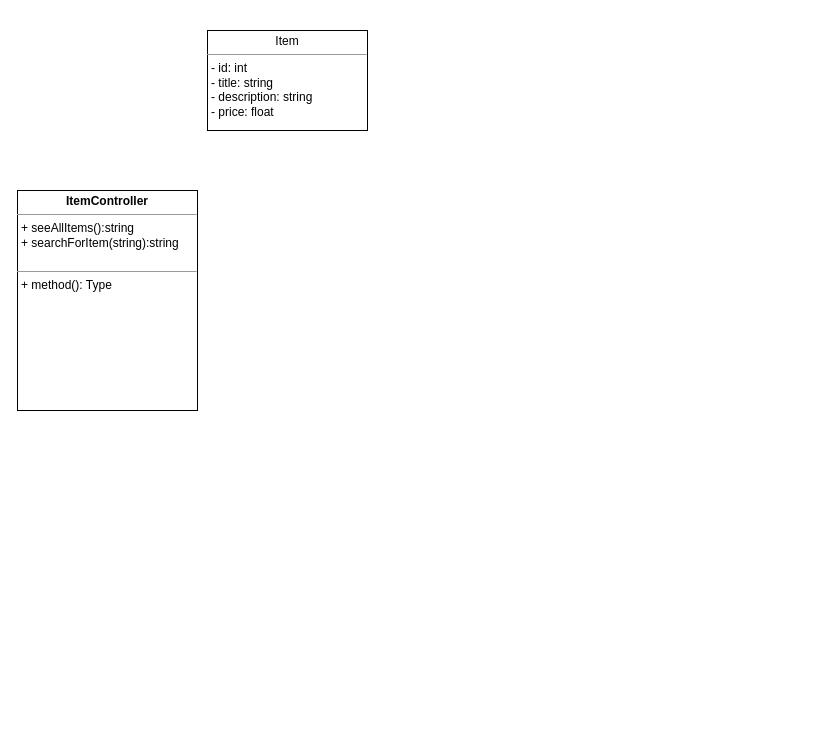
Earlier version of the draw.io diagram e-commerce.drawio (dvanriette/bookService). Source tidied: cells renumbered, new cells numbered last; positions are measured from the earlier drawing's top-left corner, leaving out a move shared by most shapes. Both pictures are drawn from the tidied source at 100%, with x=0, y=0 at pixel (17, 30).
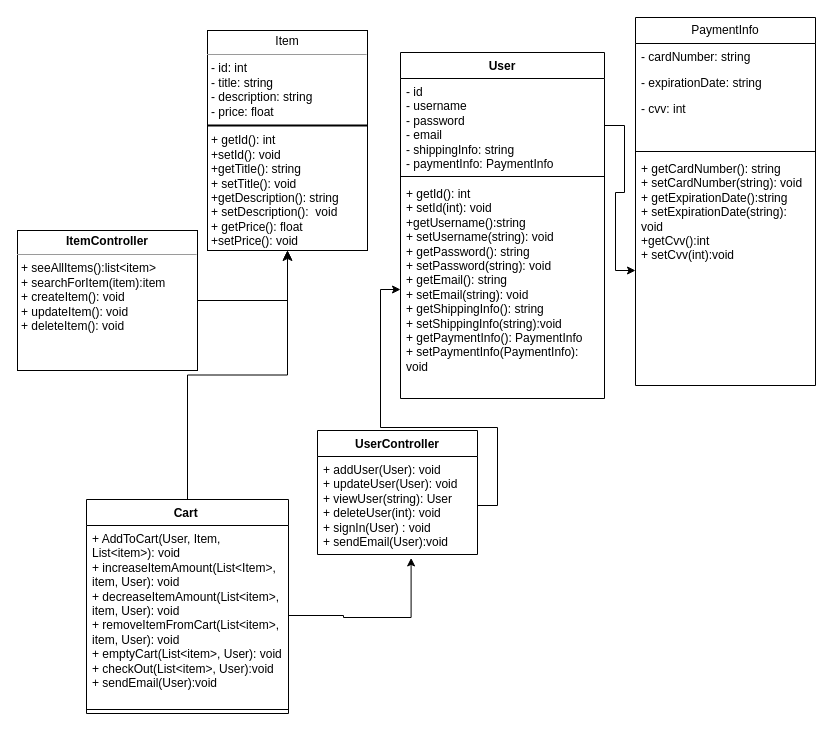
After the change.

Change to the diagram source:
```diff
@@
-    <mxCell id="2" value="&lt;p style=&quot;margin:0px;margin-top:4px;text-align:center;&quot;&gt;Item&lt;/p&gt;&lt;hr size=&quot;1&quot;&gt;&lt;p style=&quot;margin:0px;margin-left:4px;&quot;&gt;- id: int&lt;/p&gt;&lt;p style=&quot;margin:0px;margin-left:4px;&quot;&gt;- title: string&lt;/p&gt;&lt;p style=&quot;margin:0px;margin-left:4px;&quot;&gt;- description: string&lt;/p&gt;&lt;p style=&quot;margin:0px;margin-left:4px;&quot;&gt;- price: float&lt;/p&gt;" style="verticalAlign=top;align=left;overflow=fill;fontSize=12;fontFamily=Helvetica;html=1;whiteSpace=wrap;" parent="1" vertex="1">
-      <mxGeometry x="190" width="160" height="100" as="geometry" />
+    <mxCell id="2" value="&lt;p style=&quot;margin:0px;margin-top:4px;text-align:center;&quot;&gt;Item&lt;/p&gt;&lt;hr size=&quot;1&quot;&gt;&lt;p style=&quot;margin:0px;margin-left:4px;&quot;&gt;- id: int&lt;/p&gt;&lt;p style=&quot;margin:0px;margin-left:4px;&quot;&gt;- title: string&lt;/p&gt;&lt;p style=&quot;margin:0px;margin-left:4px;&quot;&gt;- description: string&lt;/p&gt;&lt;p style=&quot;margin:0px;margin-left:4px;&quot;&gt;- price: float&lt;/p&gt;&lt;p style=&quot;margin:0px;margin-left:4px;&quot;&gt;&lt;br&gt;&lt;/p&gt;&lt;p style=&quot;margin:0px;margin-left:4px;&quot;&gt;+ getId(): int&lt;/p&gt;&lt;p style=&quot;margin:0px;margin-left:4px;&quot;&gt;+setId(): void&lt;/p&gt;&lt;p style=&quot;margin:0px;margin-left:4px;&quot;&gt;+getTitle(): string&lt;/p&gt;&lt;p style=&quot;margin:0px;margin-left:4px;&quot;&gt;+ setTitle(): void&lt;/p&gt;&lt;p style=&quot;margin:0px;margin-left:4px;&quot;&gt;+getDescription(): string&lt;/p&gt;&lt;p style=&quot;margin:0px;margin-left:4px;&quot;&gt;+ setDescription():&amp;nbsp; void&lt;/p&gt;&lt;p style=&quot;margin:0px;margin-left:4px;&quot;&gt;+ getPrice(): float&lt;/p&gt;&lt;p style=&quot;margin:0px;margin-left:4px;&quot;&gt;+setPrice(): void&lt;/p&gt;&lt;p style=&quot;margin:0px;margin-left:4px;&quot;&gt;&lt;br&gt;&lt;/p&gt;" style="verticalAlign=top;align=left;overflow=fill;fontSize=12;fontFamily=Helvetica;html=1;whiteSpace=wrap;" parent="1" vertex="1">
+      <mxGeometry x="190" width="160" height="220" as="geometry" />
     </mxCell>
-    <mxCell id="3" value="&lt;p style=&quot;margin:0px;margin-top:4px;text-align:center;&quot;&gt;&lt;b&gt;ItemController&lt;/b&gt;&lt;/p&gt;&lt;hr size=&quot;1&quot;&gt;&lt;p style=&quot;margin:0px;margin-left:4px;&quot;&gt;+ seeAllItems():string&lt;/p&gt;&lt;p style=&quot;margin:0px;margin-left:4px;&quot;&gt;+ searchForItem(string):string&lt;/p&gt;&lt;p style=&quot;margin:0px;margin-left:4px;&quot;&gt;&lt;br&gt;&lt;/p&gt;&lt;hr size=&quot;1&quot;&gt;&lt;p style=&quot;margin:0px;margin-left:4px;&quot;&gt;+ method(): Type&lt;/p&gt;" style="verticalAlign=top;align=left;overflow=fill;fontSize=12;fontFamily=Helvetica;html=1;whiteSpace=wrap;" parent="1" vertex="1">
-      <mxGeometry y="160" width="180" height="220" as="geometry" />
+    <mxCell id="3" value="&lt;p style=&quot;margin:0px;margin-top:4px;text-align:center;&quot;&gt;&lt;b&gt;ItemController&lt;/b&gt;&lt;/p&gt;&lt;hr size=&quot;1&quot;&gt;&lt;p style=&quot;margin:0px;margin-left:4px;&quot;&gt;+ seeAllItems():list&amp;lt;item&amp;gt;&lt;/p&gt;&lt;p style=&quot;margin:0px;margin-left:4px;&quot;&gt;+ searchForItem(item):item&lt;/p&gt;&lt;p style=&quot;margin:0px;margin-left:4px;&quot;&gt;+ createItem(): void&lt;/p&gt;&lt;p style=&quot;margin:0px;margin-left:4px;&quot;&gt;+ updateItem(): void&lt;/p&gt;&lt;p style=&quot;margin:0px;margin-left:4px;&quot;&gt;+ deleteItem(): void&lt;/p&gt;&lt;p style=&quot;margin:0px;margin-left:4px;&quot;&gt;&lt;br&gt;&lt;/p&gt;" style="verticalAlign=top;align=left;overflow=fill;fontSize=12;fontFamily=Helvetica;html=1;whiteSpace=wrap;" parent="1" vertex="1">
+      <mxGeometry y="200" width="180" height="140" as="geometry" />
     </mxCell>
+    <mxCell id="4" style="edgeStyle=segmentEdgeStyle;endArrow=classic;html=1;curved=0;rounded=0;endSize=8;startSize=8;exitX=1;exitY=0.5;exitDx=0;exitDy=0;entryX=0.5;entryY=1;entryDx=0;entryDy=0;" parent="1" edge="1" source="3" target="2">
+      <mxGeometry relative="1" as="geometry" />
+    </mxCell>
+    <mxCell id="5" style="line;strokeWidth=2;html=1;" parent="1" vertex="1">
+      <mxGeometry x="190" y="90" width="160" height="10" as="geometry" />
+    </mxCell>
+    <mxCell id="6" value="UserController" style="swimlane;fontStyle=1;align=center;verticalAlign=top;horizontal=1;startSize=26;whiteSpace=wrap;html=1;" parent="1" vertex="1">
+      <mxGeometry x="300" y="400" width="160" height="124" as="geometry" />
+    </mxCell>
+    <mxCell id="7" value="+ addUser(User): void&lt;div&gt;+ updateUser&lt;span style=&quot;background-color: initial; color: rgb(0, 0, 0); --darkreader-inline-bgcolor: initial; --darkreader-inline-color: #d3d1ce;&quot;&gt;(User): void&lt;/span&gt;&lt;/div&gt;&lt;div&gt;+ viewUser&lt;span style=&quot;background-color: initial; color: rgb(0, 0, 0); --darkreader-inline-bgcolor: initial; --darkreader-inline-color: #d3d1ce;&quot;&gt;(string): User&lt;/span&gt;&lt;/div&gt;&lt;div&gt;+ deleteUser&lt;span style=&quot;background-color: initial; color: rgb(0, 0, 0); --darkreader-inline-bgcolor: initial; --darkreader-inline-color: #d3d1ce;&quot;&gt;(int): void&lt;/span&gt;&lt;/div&gt;&lt;div&gt;+ signIn(User) : void&lt;/div&gt;&lt;div&gt;+ sendEmail(User):void&lt;/div&gt;" style="text;strokeColor=none;fillColor=none;align=left;verticalAlign=top;spacingLeft=4;spacingRight=4;overflow=hidden;points=[[0,0.5],[1,0.5]];portConstraint=eastwest;whiteSpace=wrap;html=1;" parent="6" vertex="1">
+      <mxGeometry y="26" width="160" height="98" as="geometry" />
+    </mxCell>
+    <mxCell id="8" value="User" style="swimlane;fontStyle=1;align=center;verticalAlign=top;horizontal=1;startSize=26;whiteSpace=wrap;html=1;" parent="1" vertex="1">
+      <mxGeometry x="383" y="22" width="204" height="346" as="geometry" />
+    </mxCell>
+    <mxCell id="9" value="- id&lt;div&gt;- username&lt;/div&gt;&lt;div&gt;- password&lt;/div&gt;&lt;div&gt;- email&lt;/div&gt;&lt;div&gt;- shippingInfo: string&lt;/div&gt;&lt;div&gt;- paymentInfo: PaymentInfo&lt;/div&gt;" style="text;strokeColor=none;fillColor=none;align=left;verticalAlign=top;spacingLeft=4;spacingRight=4;overflow=hidden;points=[[0,0.5],[1,0.5]];portConstraint=eastwest;whiteSpace=wrap;html=1;" parent="8" vertex="1">
+      <mxGeometry y="26" width="204" height="94" as="geometry" />
+    </mxCell>
+    <mxCell id="10" style="line;strokeWidth=1;fillColor=none;align=left;verticalAlign=middle;spacingTop=-1;spacingLeft=3;spacingRight=3;labelPosition=right;strokeColor=inherit;" parent="8" vertex="1">
+      <mxGeometry y="120" width="204" height="8" as="geometry" />
+    </mxCell>
+    <mxCell id="11" value="+ getId(): int&lt;div&gt;+ setId(int): void&lt;/div&gt;&lt;div&gt;+getUsername():string&lt;/div&gt;&lt;div&gt;+ setUsername(string): void&lt;/div&gt;&lt;div&gt;+ getPassword(): string&lt;/div&gt;&lt;div&gt;+ setPassword(string): void&lt;/div&gt;&lt;div&gt;+ getEmail(): string&lt;/div&gt;&lt;div&gt;+ setEmail(string): void&lt;/div&gt;&lt;div&gt;+ getShippingInfo(): string&lt;/div&gt;&lt;div&gt;+ setShippingInfo(string):void&lt;/div&gt;&lt;div&gt;+ getPaymentInfo(): PaymentInfo&lt;/div&gt;&lt;div&gt;+ setPaymentInfo(PaymentInfo): void&lt;/div&gt;" style="text;strokeColor=none;fillColor=none;align=left;verticalAlign=top;spacingLeft=4;spacingRight=4;overflow=hidden;points=[[0,0.5],[1,0.5]];portConstraint=eastwest;whiteSpace=wrap;html=1;" parent="8" vertex="1">
+      <mxGeometry y="128" width="204" height="218" as="geometry" />
+    </mxCell>
+    <mxCell id="12" value="PaymentInfo" style="swimlane;fontStyle=0;horizontal=1;startSize=26;fillColor=none;whiteSpace=wrap;html=1;" parent="1" vertex="1">
+      <mxGeometry x="618" y="-13" width="180" height="368" as="geometry" />
+    </mxCell>
+    <mxCell id="13" value="- cardNumber: string" style="text;strokeColor=none;fillColor=none;align=left;verticalAlign=top;spacingLeft=4;spacingRight=4;overflow=hidden;whiteSpace=wrap;html=1;" parent="12" vertex="1">
+      <mxGeometry y="26" width="180" height="26" as="geometry" />
+    </mxCell>
+    <mxCell id="14" value="- expirationDate: string" style="text;strokeColor=none;fillColor=none;align=left;verticalAlign=top;spacingLeft=4;spacingRight=4;overflow=hidden;whiteSpace=wrap;html=1;" parent="12" vertex="1">
+      <mxGeometry y="52" width="180" height="26" as="geometry" />
+    </mxCell>
+    <mxCell id="15" value="- cvv: int" style="text;strokeColor=none;fillColor=none;align=left;verticalAlign=top;spacingLeft=4;spacingRight=4;overflow=hidden;whiteSpace=wrap;html=1;" parent="12" vertex="1">
+      <mxGeometry y="78" width="180" height="52" as="geometry" />
+    </mxCell>
+    <mxCell id="16" style="line;strokeWidth=1;fillColor=none;align=left;verticalAlign=middle;spacingTop=-1;spacingLeft=3;spacingRight=3;labelPosition=right;strokeColor=inherit;" parent="12" vertex="1">
+      <mxGeometry y="130" width="180" height="8" as="geometry" />
+    </mxCell>
+    <mxCell id="17" value="+ getCardNumber(): string&lt;div&gt;+ setCardNumber(string): void&lt;/div&gt;&lt;div&gt;+ getExpirationDate():string&lt;/div&gt;&lt;div&gt;+ setExpirationDate(string): void&lt;/div&gt;&lt;div&gt;+getCvv():int&lt;/div&gt;&lt;div&gt;+ setCvv(int):void&lt;/div&gt;" style="text;strokeColor=none;fillColor=none;align=left;verticalAlign=top;spacingLeft=4;spacingRight=4;overflow=hidden;points=[[0,0.5],[1,0.5]];portConstraint=eastwest;whiteSpace=wrap;html=1;" parent="12" vertex="1">
+      <mxGeometry y="138" width="180" height="230" as="geometry" />
+    </mxCell>
+    <mxCell id="18" style="line;strokeWidth=1;fillColor=none;align=left;verticalAlign=middle;spacingTop=-1;spacingLeft=3;spacingRight=3;labelPosition=right;strokeColor=inherit;" parent="12" vertex="1">
+      <mxGeometry y="368" width="180" as="geometry" />
+    </mxCell>
+    <mxCell id="19" style="edgeStyle=orthogonalEdgeStyle;rounded=0;jettySize=auto;html=1;" parent="1" edge="1" source="9" target="17">
+      <mxGeometry relative="1" as="geometry" />
+    </mxCell>
+    <mxCell id="20" style="edgeStyle=orthogonalEdgeStyle;rounded=0;jettySize=auto;html=1;" parent="1" edge="1" source="7" target="11">
+      <mxGeometry relative="1" as="geometry" />
+    </mxCell>
+    <mxCell id="21" style="edgeStyle=orthogonalEdgeStyle;rounded=0;jettySize=auto;html=1;entryX=0.5;entryY=1;entryDx=0;entryDy=0;" parent="1" edge="1" source="22" target="2">
+      <mxGeometry relative="1" as="geometry" />
+    </mxCell>
+    <mxCell id="22" value="Cart&lt;span style=&quot;white-space: pre;&quot;&gt;&#9;&lt;/span&gt;" style="swimlane;fontStyle=1;align=center;verticalAlign=top;horizontal=1;startSize=26;whiteSpace=wrap;html=1;" parent="1" vertex="1">
+      <mxGeometry x="69" y="469" width="202" height="214" as="geometry" />
+    </mxCell>
+    <mxCell id="23" value="+ AddToCart(User, Item, List&amp;lt;item&amp;gt;): void&lt;div&gt;+ increaseItemAmount(List&amp;lt;Item&amp;gt;, item, User): void&lt;/div&gt;&lt;div&gt;+ decreaseItemAmount(List&amp;lt;item&amp;gt;, item, User): void&lt;/div&gt;&lt;div&gt;+ removeItemFromCart(List&amp;lt;item&amp;gt;, item, User): void&lt;/div&gt;&lt;div&gt;+ emptyCart(&lt;span style=&quot;background-color: initial; color: rgb(0, 0, 0); --darkreader-inline-bgcolor: initial; --darkreader-inline-color: #d3d1ce;&quot;&gt;List&amp;lt;item&amp;gt;, User): void&lt;/span&gt;&lt;/div&gt;&lt;div&gt;&lt;span style=&quot;background-color: initial; color: rgb(0, 0, 0); --darkreader-inline-bgcolor: initial; --darkreader-inline-color: #d3d1ce;&quot;&gt;+ checkOut(List&amp;lt;item&amp;gt;, User):void&lt;/span&gt;&lt;/div&gt;&lt;div&gt;&lt;span style=&quot;background-color: initial; color: rgb(0, 0, 0); --darkreader-inline-bgcolor: initial; --darkreader-inline-color: #d3d1ce;&quot;&gt;+ sendEmail(User):void&lt;/span&gt;&lt;/div&gt;" style="text;strokeColor=none;fillColor=none;align=left;verticalAlign=top;spacingLeft=4;spacingRight=4;overflow=hidden;points=[[0,0.5],[1,0.5]];portConstraint=eastwest;whiteSpace=wrap;html=1;" parent="22" vertex="1">
+      <mxGeometry y="26" width="202" height="180" as="geometry" />
+    </mxCell>
+    <mxCell id="24" style="line;strokeWidth=1;fillColor=none;align=left;verticalAlign=middle;spacingTop=-1;spacingLeft=3;spacingRight=3;labelPosition=right;strokeColor=inherit;" parent="22" vertex="1">
+      <mxGeometry y="206" width="202" height="8" as="geometry" />
+    </mxCell>
+    <mxCell id="25" style="edgeStyle=orthogonalEdgeStyle;rounded=0;jettySize=auto;html=1;entryX=0.585;entryY=1.035;entryDx=0;entryDy=0;entryPerimeter=0;" parent="1" edge="1" source="23" target="7">
+      <mxGeometry relative="1" as="geometry">
+        <Array as="points">
+          <mxPoint x="326" y="585" />
+          <mxPoint x="326" y="587" />
+          <mxPoint x="394" y="587" />
+        </Array>
+      </mxGeometry>
+    </mxCell>
```
